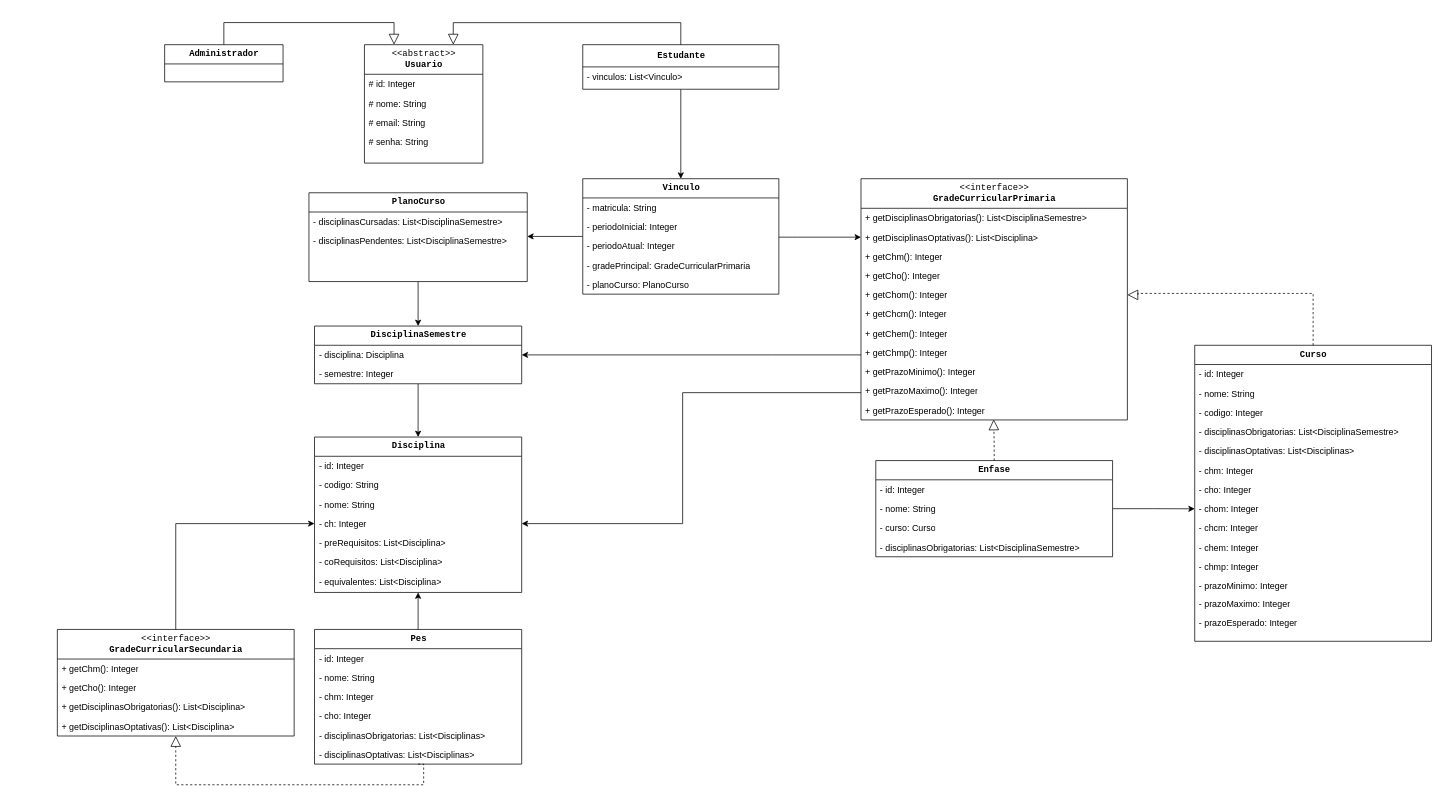
Above: planejamento/diagramaDeClasses.drawio in arturo32/PODE (draw.io), before the change. Source tidied: cells renumbered, new cells numbered last; positions are measured from the earlier drawing's top-left corner, leaving out a move shared by most shapes. Both pictures are drawn from the tidied source at 74%, with x=0, y=0 at pixel (57, 22).
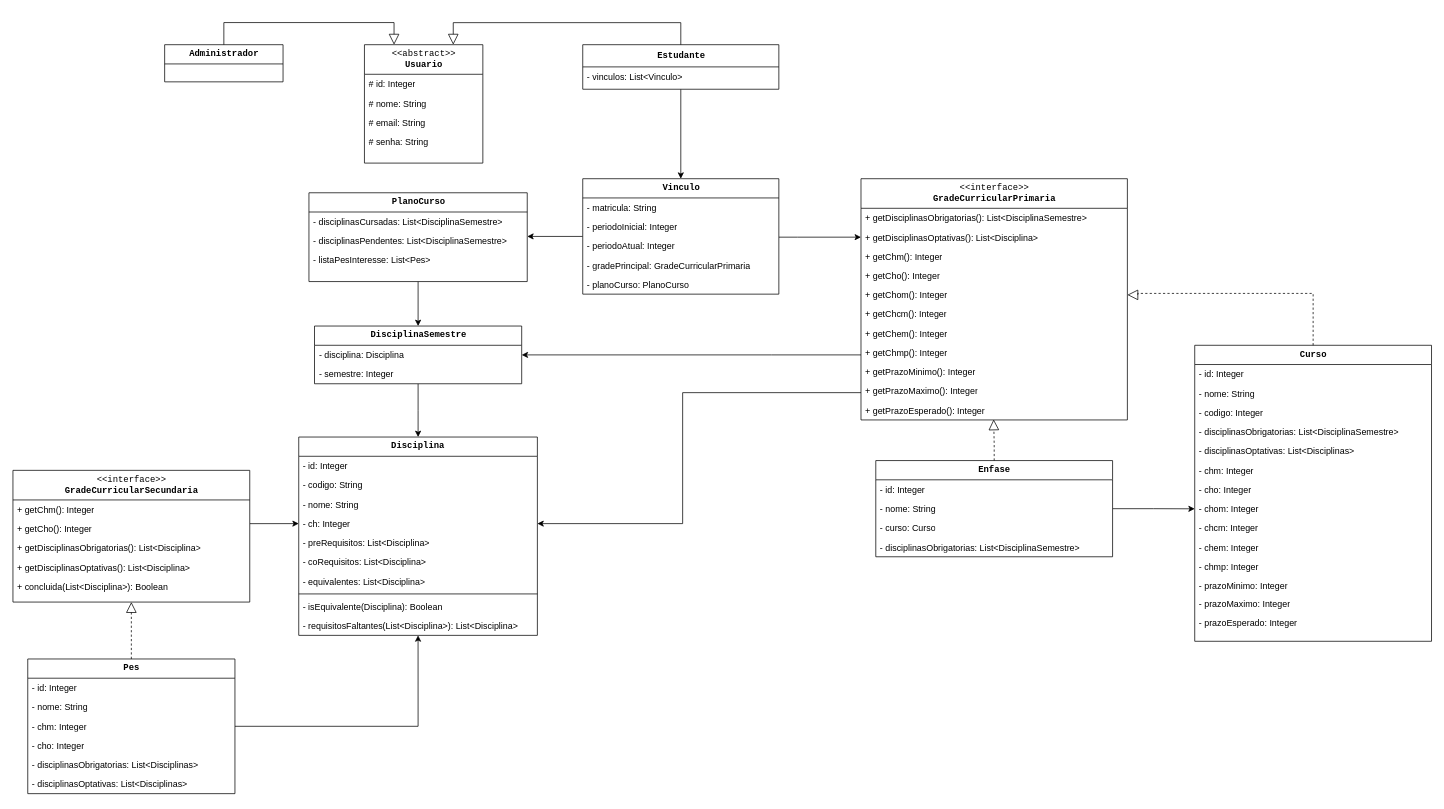
The same diagram, later.

The change refers to these unchanged cells:
```xml
<mxCell id="48" value="- chm: Integer" style="text;html=1;strokeColor=none;fillColor=none;align=left;verticalAlign=top;spacingLeft=4;spacingRight=4;whiteSpace=wrap;overflow=hidden;points=[[0,0.5],[1,0.5]];portConstraint=eastwest;" parent="45" vertex="1">
  <mxGeometry y="78" width="280" height="26" as="geometry" />
</mxCell>
<mxCell id="73" value="+ getCho(): Integer" style="text;html=1;strokeColor=none;fillColor=none;align=left;verticalAlign=top;spacingLeft=4;spacingRight=4;whiteSpace=wrap;overflow=hidden;points=[[0,0.5],[1,0.5]];portConstraint=eastwest;" parent="71" vertex="1">
  <mxGeometry y="66" width="320" height="26" as="geometry" />
</mxCell>
<mxCell id="78" value="&lt;pre style=&quot;font-size: 12px&quot;&gt;&lt;b&gt;PlanoCurso&lt;/b&gt;&lt;/pre&gt;" style="swimlane;html=1;fontStyle=0;horizontal=1;startSize=26;fillColor=none;swimlaneFillColor=#ffffff;rounded=0;shadow=0;comic=0;labelBackgroundColor=none;strokeWidth=1;fontFamily=Verdana;fontSize=10;align=center;" parent="1" vertex="1">
  <mxGeometry x="340" y="230" width="295" height="120" as="geometry" />
</mxCell>
```

What changed in the source:
```diff
@@
     <mxCell id="29" value="&lt;pre style=&quot;font-size: 12px&quot;&gt;&lt;b&gt;Disciplina&lt;/b&gt;&lt;/pre&gt;" style="swimlane;html=1;fontStyle=0;horizontal=1;startSize=26;fillColor=none;swimlaneFillColor=#ffffff;rounded=0;shadow=0;comic=0;labelBackgroundColor=none;strokeWidth=1;fontFamily=Verdana;fontSize=10;align=center;" parent="1" vertex="1">
-      <mxGeometry x="347.5" y="560.1" width="280" height="210" as="geometry" />
+      <mxGeometry x="326.2" y="560.1" width="322.5" height="268" as="geometry" />
     </mxCell>
     <mxCell id="30" value="- id: Integer" style="text;html=1;strokeColor=none;fillColor=none;align=left;verticalAlign=top;spacingLeft=4;spacingRight=4;whiteSpace=wrap;overflow=hidden;" parent="29" vertex="1">
-      <mxGeometry y="26" width="280" height="26" as="geometry" />
+      <mxGeometry y="26" width="322.5" height="26" as="geometry" />
     </mxCell>
     <mxCell id="31" value="- codigo: String" style="text;html=1;strokeColor=none;fillColor=none;align=left;verticalAlign=top;spacingLeft=4;spacingRight=4;whiteSpace=wrap;overflow=hidden;" parent="29" vertex="1">
-      <mxGeometry y="52" width="280" height="26" as="geometry" />
+      <mxGeometry y="52" width="322.5" height="26" as="geometry" />
     </mxCell>
     <mxCell id="32" value="- nome: String" style="text;html=1;strokeColor=none;fillColor=none;align=left;verticalAlign=top;spacingLeft=4;spacingRight=4;whiteSpace=wrap;overflow=hidden;" parent="29" vertex="1">
-      <mxGeometry y="78" width="280" height="26" as="geometry" />
+      <mxGeometry y="78" width="322.5" height="26" as="geometry" />
     </mxCell>
     <mxCell id="33" value="- ch: Integer" style="text;html=1;strokeColor=none;fillColor=none;align=left;verticalAlign=top;spacingLeft=4;spacingRight=4;whiteSpace=wrap;overflow=hidden;points=[[0,0.5],[1,0.5]];portConstraint=eastwest;" parent="29" vertex="1">
-      <mxGeometry y="104" width="280" height="26" as="geometry" />
+      <mxGeometry y="104" width="322.5" height="26" as="geometry" />
     </mxCell>
     <mxCell id="34" value="- preRequisitos: List&amp;lt;Disciplina&amp;gt;" style="text;html=1;strokeColor=none;fillColor=none;align=left;verticalAlign=top;spacingLeft=4;spacingRight=4;whiteSpace=wrap;overflow=hidden;" parent="29" vertex="1">
-      <mxGeometry y="130" width="280" height="26" as="geometry" />
+      <mxGeometry y="130" width="322.5" height="26" as="geometry" />
     </mxCell>
     <mxCell id="35" value="- coRequisitos: List&amp;lt;Disciplina&amp;gt;" style="text;html=1;strokeColor=none;fillColor=none;align=left;verticalAlign=top;spacingLeft=4;spacingRight=4;whiteSpace=wrap;overflow=hidden;" parent="29" vertex="1">
-      <mxGeometry y="156" width="280" height="26" as="geometry" />
+      <mxGeometry y="156" width="322.5" height="26" as="geometry" />
     </mxCell>
     <mxCell id="36" value="- equivalentes: List&amp;lt;Disciplina&amp;gt;" style="text;html=1;strokeColor=none;fillColor=none;align=left;verticalAlign=top;spacingLeft=4;spacingRight=4;whiteSpace=wrap;overflow=hidden;" parent="29" vertex="1">
-      <mxGeometry y="182" width="280" height="26" as="geometry" />
+      <mxGeometry y="182" width="322.5" height="26" as="geometry" />
     </mxCell>
+    <mxCell id="89" style="line;strokeWidth=1;fillColor=none;align=left;verticalAlign=middle;spacingTop=-1;spacingLeft=3;spacingRight=3;labelPosition=right;fontFamily=Lucida Console;" parent="29" vertex="1">
+      <mxGeometry y="208" width="322.5" height="8" as="geometry" />
+    </mxCell>
+    <mxCell id="90" value="- isEquivalente(Disciplina): Boolean" style="text;html=1;strokeColor=none;fillColor=none;align=left;verticalAlign=top;spacingLeft=4;spacingRight=4;whiteSpace=wrap;overflow=hidden;" parent="29" vertex="1">
+      <mxGeometry y="216" width="322.5" height="26" as="geometry" />
+    </mxCell>
+    <mxCell id="91" value="- requisitosFaltantes(List&amp;lt;Disciplina&amp;gt;): List&amp;lt;Disciplina&amp;gt;" style="text;html=1;strokeColor=none;fillColor=none;align=left;verticalAlign=top;spacingLeft=4;spacingRight=4;whiteSpace=wrap;overflow=hidden;" parent="29" vertex="1">
+      <mxGeometry y="242" width="322.5" height="26" as="geometry" />
+    </mxCell>
@@
-    <mxCell id="44" style="edgeStyle=orthogonalEdgeStyle;rounded=0;jettySize=auto;html=1;exitX=0.5;exitY=0;exitDx=0;exitDy=0;entryX=0.5;entryY=1;entryDx=0;entryDy=0;" parent="1" edge="1" source="45" target="29">
+    <mxCell id="44" style="edgeStyle=orthogonalEdgeStyle;rounded=0;jettySize=auto;html=1;exitX=1;exitY=0.5;exitDx=0;exitDy=0;entryX=0.5;entryY=1;entryDx=0;entryDy=0;" parent="1" edge="1" source="48" target="29">
       <mxGeometry relative="1" as="geometry" />
     </mxCell>
     <mxCell id="45" value="&lt;pre style=&quot;font-size: 12px&quot;&gt;&lt;b&gt;Pes&lt;/b&gt;&lt;/pre&gt;" style="swimlane;html=1;fontStyle=0;horizontal=1;startSize=26;fillColor=none;swimlaneFillColor=#ffffff;rounded=0;shadow=0;comic=0;labelBackgroundColor=none;strokeWidth=1;fontFamily=Verdana;fontSize=10;align=center;" parent="1" vertex="1">
-      <mxGeometry x="347.5" y="820.1" width="280" height="182" as="geometry" />
+      <mxGeometry x="-40" y="860" width="280" height="182" as="geometry" />
     </mxCell>
@@
-    <mxCell id="70" style="edgeStyle=orthogonalEdgeStyle;rounded=0;jettySize=auto;html=1;exitX=0.5;exitY=0;exitDx=0;exitDy=0;entryX=0;entryY=0.5;entryDx=0;entryDy=0;" parent="1" edge="1" source="71" target="33">
+    <mxCell id="70" style="edgeStyle=orthogonalEdgeStyle;rounded=0;jettySize=auto;html=1;exitX=1;exitY=0.232;exitDx=0;exitDy=0;entryX=0;entryY=0.5;entryDx=0;entryDy=0;exitPerimeter=0;" parent="1" edge="1" source="73" target="33">
       <mxGeometry relative="1" as="geometry" />
     </mxCell>
     <mxCell id="71" value="&lt;pre style=&quot;font-size: 12px&quot;&gt;&amp;lt;&amp;lt;interface&amp;gt;&amp;gt;&lt;br&gt;&lt;b&gt;GradeCurricularSecundaria&lt;/b&gt;&lt;/pre&gt;" style="swimlane;html=1;fontStyle=0;horizontal=1;startSize=40;fillColor=none;swimlaneFillColor=#ffffff;rounded=0;shadow=0;comic=0;labelBackgroundColor=none;strokeWidth=1;fontFamily=Verdana;fontSize=10;align=center;" parent="1" vertex="1">
-      <mxGeometry y="820.1" width="320" height="144" as="geometry" />
+      <mxGeometry x="-60" y="605.1" width="320" height="178" as="geometry" />
     </mxCell>
@@
+    <mxCell id="92" value="+ concluida(List&amp;lt;Disciplina&amp;gt;): Boolean" style="text;html=1;strokeColor=none;fillColor=none;align=left;verticalAlign=top;spacingLeft=4;spacingRight=4;whiteSpace=wrap;overflow=hidden;" parent="71" vertex="1">
+      <mxGeometry y="144" width="320" height="26" as="geometry" />
+    </mxCell>
-    <mxCell id="76" style="edgeStyle=orthogonalEdgeStyle;rounded=0;jettySize=auto;html=1;dashed=1;endArrow=block;endFill=0;endSize=12;startSize=12;exitX=0.5;exitY=1;exitDx=0;exitDy=0;entryX=0.5;entryY=1;entryDx=0;entryDy=0;" parent="1" edge="1" source="45" target="71">
+    <mxCell id="76" style="edgeStyle=orthogonalEdgeStyle;rounded=0;jettySize=auto;html=1;dashed=1;endArrow=block;endFill=0;endSize=12;startSize=12;exitX=0.5;exitY=0;exitDx=0;exitDy=0;entryX=0.5;entryY=1;entryDx=0;entryDy=0;" parent="1" edge="1" source="45" target="71">
       <mxGeometry relative="1" as="geometry">
         <Array as="points">
-          <mxPoint x="495" y="1030" />
-          <mxPoint x="160" y="1030" />
+          <mxPoint x="100" y="820" />
+          <mxPoint x="100" y="820" />
         </Array>
       </mxGeometry>
     </mxCell>
@@
+    <mxCell id="93" value="- listaPesInteresse: List&amp;lt;Pes&amp;gt;" style="text;html=1;strokeColor=none;fillColor=none;align=left;verticalAlign=top;spacingLeft=4;spacingRight=4;whiteSpace=wrap;overflow=hidden;" parent="78" vertex="1">
+      <mxGeometry y="78" width="295" height="26" as="geometry" />
+    </mxCell>
```
